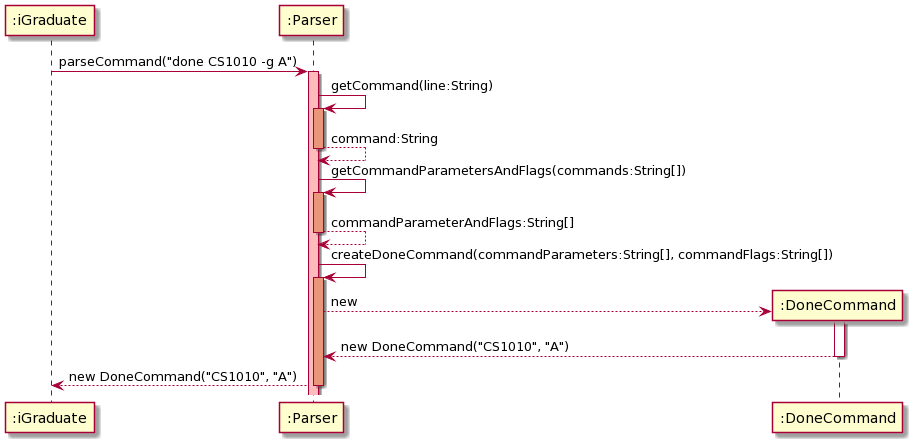
This is docs/images/ParserSequenceDiagram.png from oscarlai1998/tp, a PlantUML export, as it was before one commit. The source it was exported from:
```plantuml
@startuml
participant ":iGraduate" as iGraduate
participant ":Parser" as Parser
participant ":DoneCommand" as DoneCommand

iGraduate -> Parser: parseCommand("done CS1010 -g A")
activate Parser #FFBBBB

Parser -> Parser: getCommand(line:String)
activate Parser #DarkSalmon
return command:String

Parser -> Parser: getCommandParametersAndFlags(commands:String[])
activate Parser #DarkSalmon
return commandParameterAndFlags:String[]

Parser -> Parser: createDoneCommand(commandParameters:String[], commandFlags:String[])
activate Parser #DarkSalmon

create DoneCommand
Parser --> DoneCommand: new
activate DoneCommand
DoneCommand --> Parser: new DoneCommand("CS1010", "A")
deactivate DoneCommand

Parser --> iGraduate: new DoneCommand("CS1010", "A")
deactivate Parser
@enduml
```
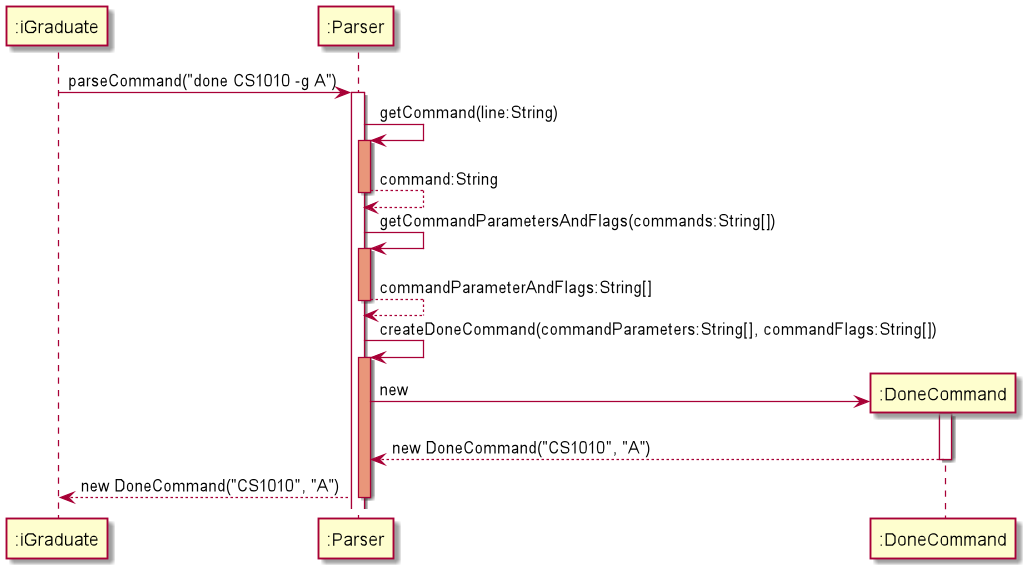
Above is the later version.

Commit message:
Add sequence diagram for DoneCommand in DG

Change to the diagram source:
```diff
@@ -4,7 +4,7 @@
 participant ":DoneCommand" as DoneCommand
 
 iGraduate -> Parser: parseCommand("done CS1010 -g A")
-activate Parser #FFBBBB
+activate Parser
 
 Parser -> Parser: getCommand(line:String)
 activate Parser #DarkSalmon
@@ -18,11 +18,13 @@
 activate Parser #DarkSalmon
 
 create DoneCommand
-Parser --> DoneCommand: new
+Parser -> DoneCommand: new
 activate DoneCommand
 DoneCommand --> Parser: new DoneCommand("CS1010", "A")
 deactivate DoneCommand
 
 Parser --> iGraduate: new DoneCommand("CS1010", "A")
+
 deactivate Parser
+
 @enduml
```
